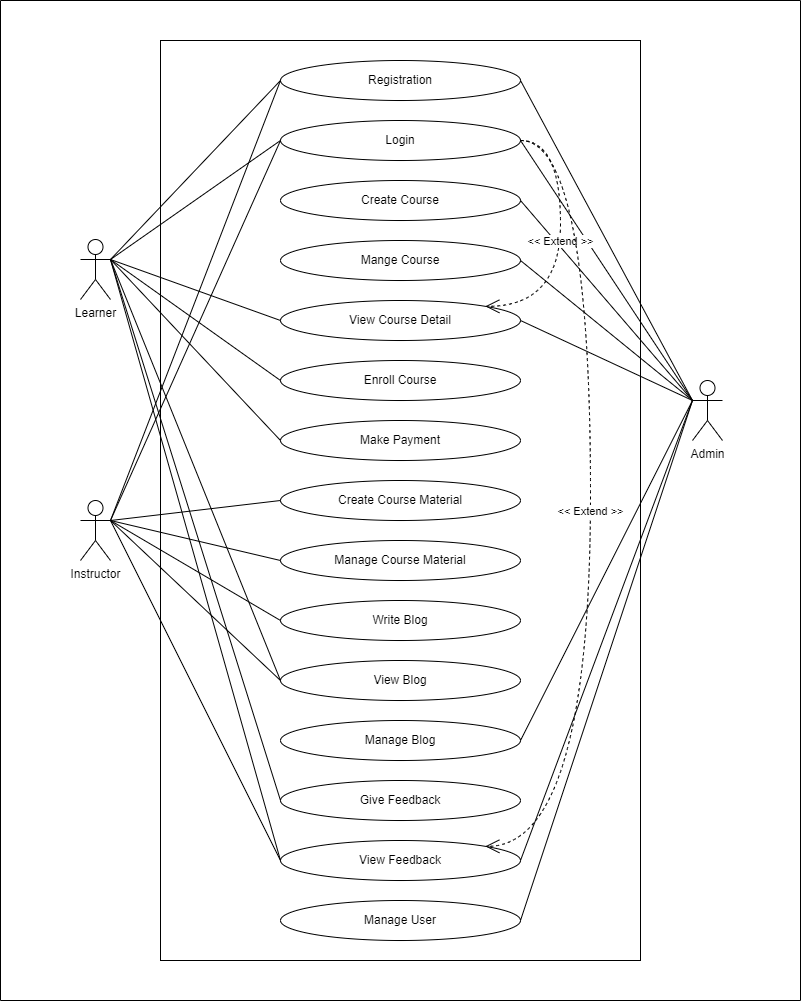
Above: Materials/Use case.png in iprosenjitp/Tech-School (draw.io), before the change. Source tidied: cells renumbered, new cells last; positions are measured from the earlier drawing's top-left corner, leaving out a move shared by most shapes.
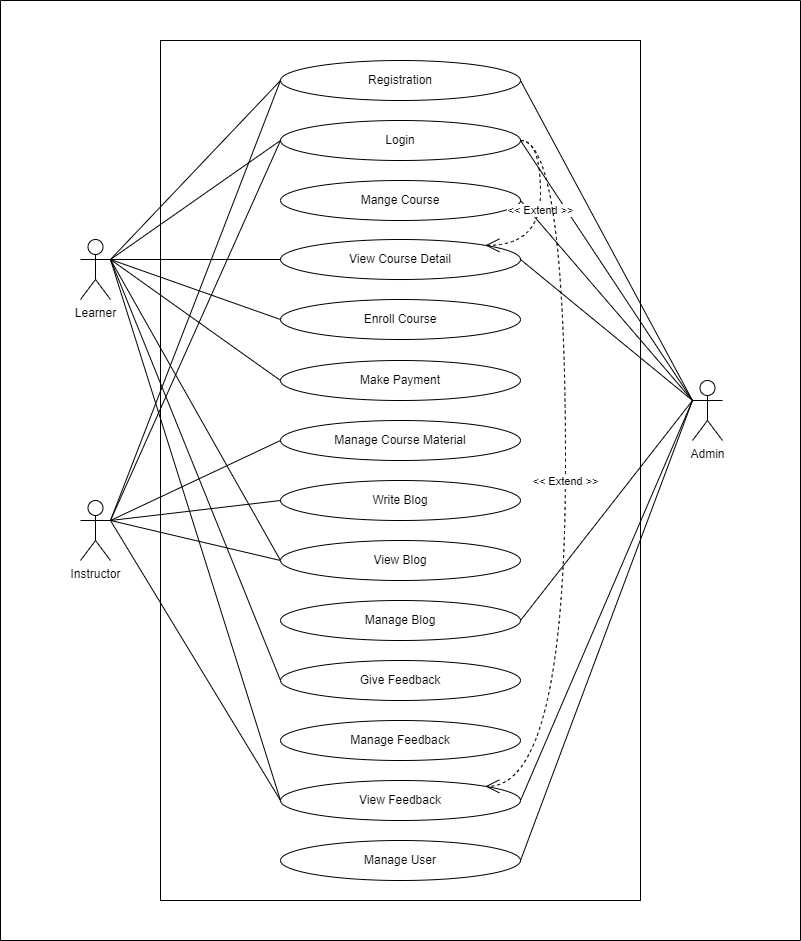
After the commit.

Commit message:
Use case diagram 4.0

The edit, as a diff of the source:
```diff
@@ -2,8 +2,8 @@
   <root>
     <mxCell id="0" />
     <mxCell id="1" parent="0" />
-    <mxCell id="2" value="Object" style="html=1;whiteSpace=wrap;" parent="1" vertex="1">
-      <mxGeometry x="160" y="40" width="480" height="920" as="geometry" />
+    <mxCell id="2" style="html=1;whiteSpace=wrap;" parent="1" vertex="1">
+      <mxGeometry x="160" y="40" width="480" height="860" as="geometry" />
     </mxCell>
     <mxCell id="3" value="Registration" style="ellipse;whiteSpace=wrap;html=1;" parent="1" vertex="1">
       <mxGeometry x="280" y="60" width="240" height="40" as="geometry" />
@@ -11,41 +11,26 @@
     <mxCell id="4" value="Login" style="ellipse;whiteSpace=wrap;html=1;" parent="1" vertex="1">
       <mxGeometry x="280" y="120" width="240" height="40" as="geometry" />
     </mxCell>
-    <mxCell id="5" value="Create Course" style="ellipse;whiteSpace=wrap;html=1;" parent="1" vertex="1">
-      <mxGeometry x="280" y="180" width="240" height="40" as="geometry" />
-    </mxCell>
     <mxCell id="6" value="Mange Course" style="ellipse;whiteSpace=wrap;html=1;" parent="1" vertex="1">
-      <mxGeometry x="280" y="240" width="240" height="40" as="geometry" />
+      <mxGeometry x="280" y="180" width="240" height="40" as="geometry" />
     </mxCell>
     <mxCell id="7" value="View Course Detail" style="ellipse;whiteSpace=wrap;html=1;" parent="1" vertex="1">
-      <mxGeometry x="280" y="300" width="240" height="40" as="geometry" />
+      <mxGeometry x="280" y="239" width="240" height="40" as="geometry" />
     </mxCell>
     <mxCell id="8" value="Enroll Course" style="ellipse;whiteSpace=wrap;html=1;" parent="1" vertex="1">
-      <mxGeometry x="280" y="360" width="240" height="40" as="geometry" />
+      <mxGeometry x="280" y="299" width="240" height="40" as="geometry" />
     </mxCell>
-    <mxCell id="9" value="Make Payment" style="ellipse;whiteSpace=wrap;html=1;" parent="1" vertex="1">
-      <mxGeometry x="280" y="420" width="240" height="40" as="geometry" />
-    </mxCell>
-    <mxCell id="10" value="Create Course Material" style="ellipse;whiteSpace=wrap;html=1;" parent="1" vertex="1">
-      <mxGeometry x="280" y="480" width="240" height="40" as="geometry" />
-    </mxCell>
     <mxCell id="11" value="Manage Course Material" style="ellipse;whiteSpace=wrap;html=1;" parent="1" vertex="1">
-      <mxGeometry x="280" y="540" width="240" height="40" as="geometry" />
+      <mxGeometry x="280" y="420" width="240" height="40" as="geometry" />
     </mxCell>
     <mxCell id="12" value="Write Blog" style="ellipse;whiteSpace=wrap;html=1;" parent="1" vertex="1">
-      <mxGeometry x="280" y="600" width="240" height="40" as="geometry" />
+      <mxGeometry x="280" y="480" width="240" height="40" as="geometry" />
     </mxCell>
-    <mxCell id="13" value="View Blog" style="ellipse;whiteSpace=wrap;html=1;" parent="1" vertex="1">
-      <mxGeometry x="280" y="660" width="240" height="40" as="geometry" />
-    </mxCell>
-    <mxCell id="14" value="Manage Blog" style="ellipse;whiteSpace=wrap;html=1;" parent="1" vertex="1">
-      <mxGeometry x="280" y="720" width="240" height="40" as="geometry" />
-    </mxCell>
     <mxCell id="15" value="Give Feedback" style="ellipse;whiteSpace=wrap;html=1;" parent="1" vertex="1">
-      <mxGeometry x="280" y="780" width="240" height="40" as="geometry" />
+      <mxGeometry x="280" y="660" width="240" height="40" as="geometry" />
     </mxCell>
     <mxCell id="16" value="View Feedback" style="ellipse;whiteSpace=wrap;html=1;" parent="1" vertex="1">
-      <mxGeometry x="280" y="840" width="240" height="40" as="geometry" />
+      <mxGeometry x="280" y="780" width="240" height="40" as="geometry" />
     </mxCell>
     <mxCell id="17" value="Learner" style="shape=umlActor;verticalLabelPosition=bottom;verticalAlign=top;html=1;outlineConnect=0;" parent="1" vertex="1">
       <mxGeometry x="80" y="239" width="30" height="60" as="geometry" />
@@ -83,9 +68,6 @@
     <mxCell id="28" style="endArrow=none;html=1;rounded=0;exitX=1;exitY=0.3333333333333333;exitDx=0;exitDy=0;exitPerimeter=0;entryX=0;entryY=0.5;entryDx=0;entryDy=0;" parent="1" edge="1" source="26" target="4">
       <mxGeometry relative="1" as="geometry" />
     </mxCell>
-    <mxCell id="29" style="endArrow=none;html=1;rounded=0;exitX=1;exitY=0.3333333333333333;exitDx=0;exitDy=0;exitPerimeter=0;entryX=0;entryY=0.5;entryDx=0;entryDy=0;" parent="1" edge="1" source="26" target="10">
-      <mxGeometry relative="1" as="geometry" />
-    </mxCell>
     <mxCell id="30" style="endArrow=none;html=1;rounded=0;exitX=1;exitY=0.3333333333333333;exitDx=0;exitDy=0;exitPerimeter=0;entryX=0;entryY=0.5;entryDx=0;entryDy=0;" parent="1" edge="1" source="26" target="11">
       <mxGeometry relative="1" as="geometry" />
     </mxCell>
@@ -107,14 +89,11 @@
     <mxCell id="36" style="endArrow=none;html=1;rounded=0;entryX=1;entryY=0.5;entryDx=0;entryDy=0;exitX=0;exitY=0.3333333333333333;exitDx=0;exitDy=0;exitPerimeter=0;" parent="1" edge="1" source="34" target="4">
       <mxGeometry relative="1" as="geometry" />
     </mxCell>
-    <mxCell id="37" style="endArrow=none;html=1;rounded=0;entryX=1;entryY=0.5;entryDx=0;entryDy=0;exitX=0;exitY=0.3333333333333333;exitDx=0;exitDy=0;exitPerimeter=0;" parent="1" edge="1" source="34" target="5">
-      <mxGeometry relative="1" as="geometry" />
-    </mxCell>
     <mxCell id="38" style="endArrow=none;html=1;rounded=0;entryX=1;entryY=0.5;entryDx=0;entryDy=0;exitX=0;exitY=0.3333333333333333;exitDx=0;exitDy=0;exitPerimeter=0;" parent="1" edge="1" source="34" target="6">
       <mxGeometry relative="1" as="geometry" />
     </mxCell>
     <mxCell id="39" value="Manage User" style="ellipse;whiteSpace=wrap;html=1;" parent="1" vertex="1">
-      <mxGeometry x="280" y="900" width="240" height="40" as="geometry" />
+      <mxGeometry x="280" y="840" width="240" height="40" as="geometry" />
     </mxCell>
     <mxCell id="40" style="endArrow=none;html=1;rounded=0;entryX=0;entryY=0.3333333333333333;entryDx=0;entryDy=0;entryPerimeter=0;exitX=1;exitY=0.5;exitDx=0;exitDy=0;" parent="1" edge="1" source="16" target="34">
       <mxGeometry relative="1" as="geometry" />
@@ -128,8 +107,8 @@
     <mxCell id="43" value="&amp;lt;&amp;lt; Extend &amp;gt;&amp;gt;" style="endArrow=open;endSize=12;dashed=1;html=1;rounded=0;exitX=1;exitY=0.5;exitDx=0;exitDy=0;entryX=1;entryY=0;entryDx=0;entryDy=0;edgeStyle=orthogonalEdgeStyle;curved=1;" parent="1" edge="1" source="4" target="7">
       <mxGeometry relative="1" as="geometry">
         <Array as="points">
-          <mxPoint x="560" y="140" />
-          <mxPoint x="560" y="306" />
+          <mxPoint x="540" y="140" />
+          <mxPoint x="540" y="245" />
         </Array>
       </mxGeometry>
     </mxCell>
@@ -139,13 +118,25 @@
     <mxCell id="45" value="&amp;lt;&amp;lt; Extend &amp;gt;&amp;gt;" style="endArrow=open;endSize=12;dashed=1;html=1;rounded=0;entryX=1;entryY=0;entryDx=0;entryDy=0;exitX=1;exitY=0.5;exitDx=0;exitDy=0;edgeStyle=orthogonalEdgeStyle;curved=1;" parent="1" edge="1" source="4" target="16">
       <mxGeometry relative="1" as="geometry">
         <Array as="points">
-          <mxPoint x="590" y="140" />
-          <mxPoint x="590" y="846" />
+          <mxPoint x="565" y="140" />
+          <mxPoint x="565" y="786" />
         </Array>
       </mxGeometry>
     </mxCell>
     <mxCell id="46" style="swimlane;startSize=0;" parent="1" vertex="1">
-      <mxGeometry width="800" height="1000" as="geometry" />
+      <mxGeometry width="800" height="940" as="geometry" />
     </mxCell>
+    <mxCell id="9" value="Make Payment" style="ellipse;whiteSpace=wrap;html=1;" parent="46" vertex="1">
+      <mxGeometry x="280" y="360" width="240" height="40" as="geometry" />
+    </mxCell>
+    <mxCell id="13" value="View Blog" style="ellipse;whiteSpace=wrap;html=1;" parent="46" vertex="1">
+      <mxGeometry x="280" y="540" width="240" height="40" as="geometry" />
+    </mxCell>
+    <mxCell id="14" value="Manage Blog" style="ellipse;whiteSpace=wrap;html=1;" parent="46" vertex="1">
+      <mxGeometry x="280" y="600" width="240" height="40" as="geometry" />
+    </mxCell>
+    <mxCell id="47" value="Manage Feedback" style="ellipse;whiteSpace=wrap;html=1;" parent="1" vertex="1">
+      <mxGeometry x="280" y="720" width="240" height="40" as="geometry" />
+    </mxCell>
   </root>
 </mxGraphModel>
```
